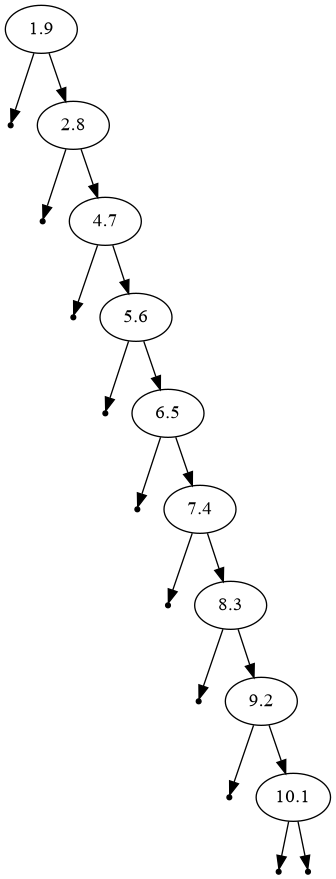
Earlier version of the Graphviz export lab_06/bst.png (Yorlend/TaDS). Its source is kept beside it as lab_06/bst.dot.
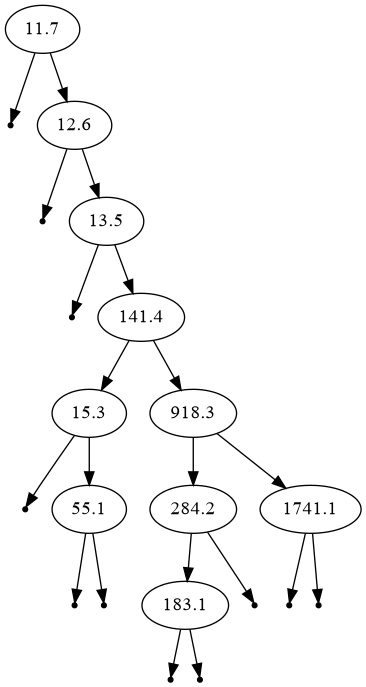
The same diagram one commit later.

The edit, as a diff of the source:
```diff
@@ -1,30 +1,33 @@
 digraph g {
-    null0 [shape=point];
-    1.9 -> null0;
-    1.9 -> 2.8;
-    null1 [shape=point];
-    2.8 -> null1;
-    2.8 -> 4.7;
-    null2 [shape=point];
-    4.7 -> null2;
-    4.7 -> 5.6;
-    null3 [shape=point];
-    5.6 -> null3;
-    5.6 -> 6.5;
-    null4 [shape=point];
-    6.5 -> null4;
-    6.5 -> 7.4;
-    null5 [shape=point];
-    7.4 -> null5;
-    7.4 -> 8.3;
-    null6 [shape=point];
-    8.3 -> null6;
-    8.3 -> 9.2;
-    null7 [shape=point];
-    9.2 -> null7;
-    9.2 -> 10.1;
-    null8 [shape=point];
-    10.1 -> null8;
-    null9 [shape=point];
-    10.1 -> null9;
+    null24 [shape=point];
+    11.7 -> null24;
+    11.7 -> 12.6;
+    null25 [shape=point];
+    12.6 -> null25;
+    12.6 -> 13.5;
+    null26 [shape=point];
+    13.5 -> null26;
+    13.5 -> 141.4;
+    141.4 -> 15.3;
+    null27 [shape=point];
+    15.3 -> null27;
+    15.3 -> 55.1;
+    null28 [shape=point];
+    55.1 -> null28;
+    null29 [shape=point];
+    55.1 -> null29;
+    141.4 -> 918.3;
+    918.3 -> 284.2;
+    284.2 -> 183.1;
+    null30 [shape=point];
+    183.1 -> null30;
+    null31 [shape=point];
+    183.1 -> null31;
+    null32 [shape=point];
+    284.2 -> null32;
+    918.3 -> 1741.1;
+    null33 [shape=point];
+    1741.1 -> null33;
+    null34 [shape=point];
+    1741.1 -> null34;
 }
```
